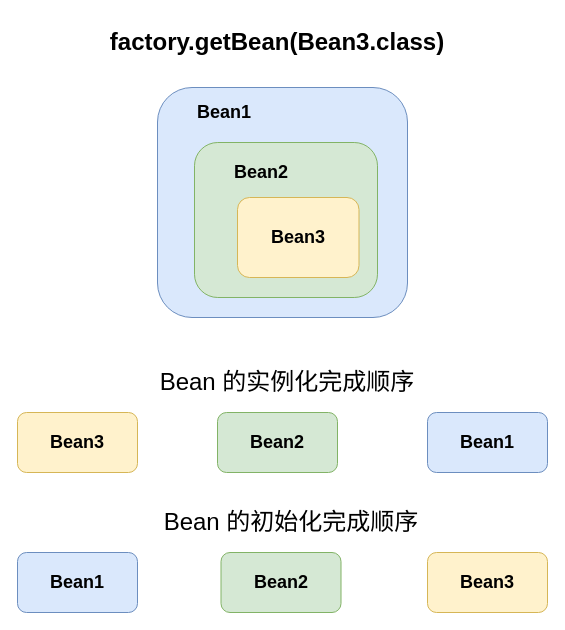
Above: spring/spring循环引用问题.drawio in GitHeP/diagrams (draw.io), before the change. Source tidied: cells renumbered, new cells numbered last; positions are measured from the earlier drawing's top-left corner, leaving out a move shared by most shapes. Both pictures are drawn from the tidied source at 100%, with x=0, y=0 at pixel (17, 17).
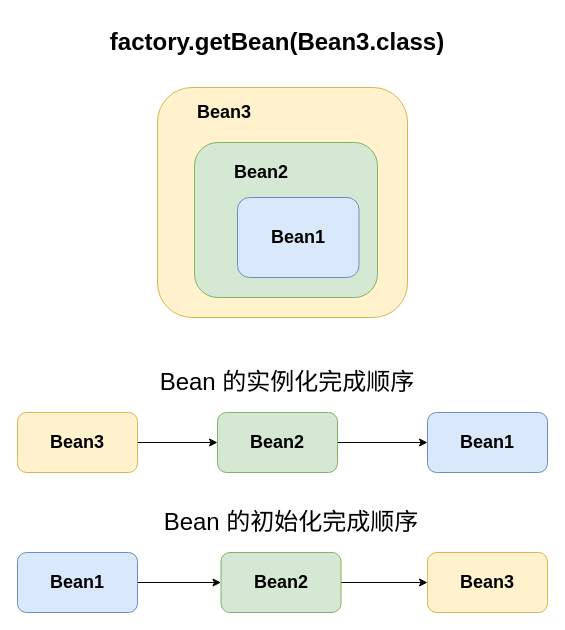
The same diagram, later.

Commit message (it also covers changes not shown here):
更新spring循环引用问题.drawio

Unchanged cells that the change refers to:
```xml
<mxCell id="9" style="rounded=1;whiteSpace=wrap;html=1;fontSize=24;fillColor=#dae8fc;strokeColor=#6c8ebf;" parent="1" vertex="1">
  <mxGeometry x="410" y="395" width="120" height="60" as="geometry" />
</mxCell>
<mxCell id="10" style="rounded=1;whiteSpace=wrap;html=1;fontSize=24;fillColor=#d5e8d4;strokeColor=#82b366;" parent="1" vertex="1">
  <mxGeometry x="200" y="395" width="120" height="60" as="geometry" />
</mxCell>
<mxCell id="11" style="rounded=1;whiteSpace=wrap;html=1;fontSize=24;fillColor=#fff2cc;strokeColor=#d6b656;" parent="1" vertex="1">
  <mxGeometry y="395" width="120" height="60" as="geometry" />
</mxCell>
<mxCell id="16" style="rounded=1;whiteSpace=wrap;html=1;fontSize=24;fillColor=#dae8fc;strokeColor=#6c8ebf;" parent="1" vertex="1">
  <mxGeometry y="535" width="120" height="60" as="geometry" />
</mxCell>
<mxCell id="17" style="rounded=1;whiteSpace=wrap;html=1;fontSize=24;fillColor=#d5e8d4;strokeColor=#82b366;" parent="1" vertex="1">
  <mxGeometry x="203.5" y="535" width="120" height="60" as="geometry" />
</mxCell>
<mxCell id="18" style="rounded=1;whiteSpace=wrap;html=1;fontSize=24;fillColor=#fff2cc;strokeColor=#d6b656;" parent="1" vertex="1">
  <mxGeometry x="410" y="535" width="120" height="60" as="geometry" />
</mxCell>
```

Change to the diagram source:
```diff
@@
-    <mxCell id="2" style="rounded=1;whiteSpace=wrap;html=1;fillColor=#dae8fc;strokeColor=#6c8ebf;" parent="1" vertex="1">
+    <mxCell id="2" style="rounded=1;whiteSpace=wrap;html=1;fillColor=#fff2cc;strokeColor=#d6b656;" parent="1" vertex="1">
       <mxGeometry x="140" y="70" width="250" height="230" as="geometry" />
     </mxCell>
@@
-    <mxCell id="4" style="rounded=1;whiteSpace=wrap;html=1;fillColor=#fff2cc;strokeColor=#d6b656;" parent="1" vertex="1">
+    <mxCell id="4" style="rounded=1;whiteSpace=wrap;html=1;fillColor=#dae8fc;strokeColor=#6c8ebf;" parent="1" vertex="1">
       <mxGeometry x="220" y="180" width="121.5" height="80" as="geometry" />
     </mxCell>
-    <mxCell id="5" value="&lt;font style=&quot;font-size: 18px;&quot;&gt;&lt;b&gt;Bean1&lt;/b&gt;&lt;/font&gt;" style="text;html=1;strokeColor=none;fillColor=none;align=center;verticalAlign=middle;whiteSpace=wrap;rounded=0;" parent="1" vertex="1">
+    <mxCell id="5" value="&lt;font style=&quot;font-size: 18px;&quot;&gt;&lt;b&gt;Bean3&lt;/b&gt;&lt;/font&gt;" style="text;html=1;strokeColor=none;fillColor=none;align=center;verticalAlign=middle;whiteSpace=wrap;rounded=0;" parent="1" vertex="1">
       <mxGeometry x="177" y="80" width="60" height="30" as="geometry" />
     </mxCell>
@@
-    <mxCell id="7" value="&lt;font style=&quot;font-size: 18px;&quot;&gt;&lt;b&gt;Bean3&lt;/b&gt;&lt;/font&gt;" style="text;html=1;strokeColor=none;fillColor=none;align=center;verticalAlign=middle;whiteSpace=wrap;rounded=0;" parent="1" vertex="1">
+    <mxCell id="7" value="&lt;font style=&quot;font-size: 18px;&quot;&gt;&lt;b&gt;Bean1&lt;/b&gt;&lt;/font&gt;" style="text;html=1;strokeColor=none;fillColor=none;align=center;verticalAlign=middle;whiteSpace=wrap;rounded=0;" parent="1" vertex="1">
       <mxGeometry x="250.8" y="205" width="60" height="30" as="geometry" />
     </mxCell>
@@
+    <mxCell id="23" style="edgeStyle=orthogonalEdgeStyle;rounded=0;jettySize=auto;html=1;entryX=0;entryY=0.5;entryDx=0;entryDy=0;fontSize=24;" parent="1" edge="1" source="10" target="9">
+      <mxGeometry relative="1" as="geometry" />
+    </mxCell>
@@
+    <mxCell id="24" style="edgeStyle=orthogonalEdgeStyle;rounded=0;jettySize=auto;html=1;entryX=0;entryY=0.5;entryDx=0;entryDy=0;fontSize=24;" parent="1" edge="1" source="11" target="10">
+      <mxGeometry relative="1" as="geometry" />
+    </mxCell>
@@
+    <mxCell id="25" style="edgeStyle=orthogonalEdgeStyle;rounded=0;jettySize=auto;html=1;entryX=0;entryY=0.5;entryDx=0;entryDy=0;fontSize=24;" parent="1" edge="1" source="16" target="17">
+      <mxGeometry relative="1" as="geometry" />
+    </mxCell>
@@
+    <mxCell id="26" style="edgeStyle=orthogonalEdgeStyle;rounded=0;jettySize=auto;html=1;entryX=0;entryY=0.5;entryDx=0;entryDy=0;fontSize=24;" parent="1" edge="1" source="17" target="18">
+      <mxGeometry relative="1" as="geometry" />
+    </mxCell>
```
